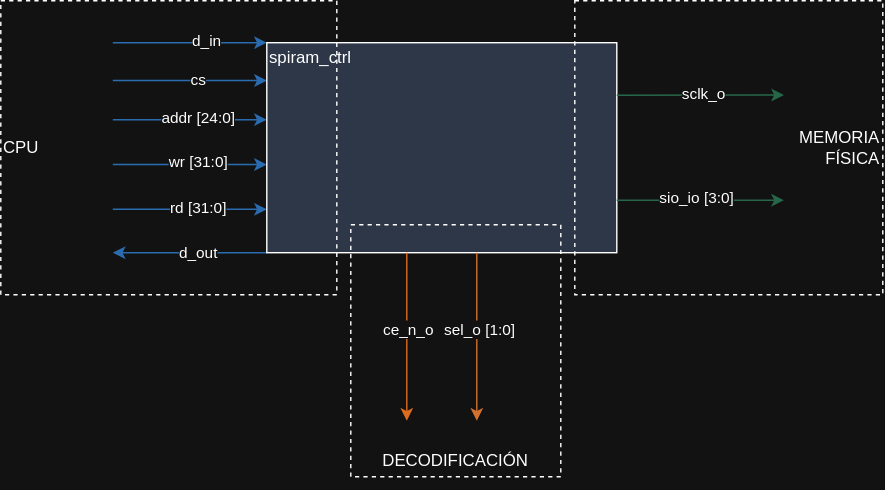
Earlier version of the draw.io export Images/Blackbox.svg (KUBIX2026/SPI_RAM). Source tidied: cells renumbered, new cells last; positions are measured from the earlier drawing's top-left corner, leaving out a move shared by most shapes.
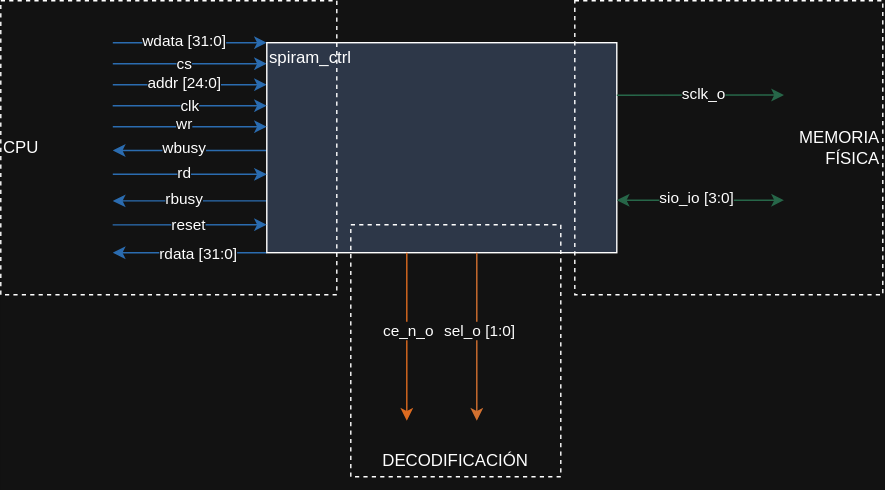
After the commit.

The edit, as a diff of the source:
```diff
@@ -11,53 +11,53 @@
         </Array>
       </mxGeometry>
     </mxCell>
-    <mxCell id="3" value="d_in" style="edgeLabel;html=1;align=center;verticalAlign=middle;inheritText=1;defaultLabelBackgroundColor=page;" parent="2" vertex="1">
+    <mxCell id="3" value="wdata [31:0]" style="edgeLabel;html=1;align=center;verticalAlign=middle;inheritText=1;defaultLabelBackgroundColor=page;" parent="2" vertex="1">
       <mxGeometry x="-0.83" y="-2" relative="1" as="geometry">
-        <mxPoint x="-33" as="offset" />
+        <mxPoint x="-49" as="offset" />
       </mxGeometry>
     </mxCell>
     <mxCell id="4" style="edgeStyle=none;rounded=0;orthogonalLoop=1;jettySize=auto;html=1;exitX=0;exitY=0;exitDx=0;exitDy=0;defaultLabelBackgroundColor=page;strokeColor=light-dark(#2B6CB0,#2B6CB0);endArrow=none;endFill=0;startArrow=classic;startFill=1;" parent="1" edge="1">
       <mxGeometry relative="1" as="geometry">
-        <mxPoint x="190" y="57" as="sourcePoint" />
-        <mxPoint x="80" y="57" as="targetPoint" />
+        <mxPoint x="190" y="45" as="sourcePoint" />
+        <mxPoint x="80" y="45" as="targetPoint" />
       </mxGeometry>
     </mxCell>
     <mxCell id="5" value="cs" style="edgeLabel;html=1;align=center;verticalAlign=middle;inheritText=1;defaultLabelBackgroundColor=page;" parent="4" vertex="1">
       <mxGeometry x="-0.02" y="-1" relative="1" as="geometry">
-        <mxPoint x="4" as="offset" />
+        <mxPoint x="-6" as="offset" />
       </mxGeometry>
     </mxCell>
     <mxCell id="6" style="edgeStyle=none;rounded=0;orthogonalLoop=1;jettySize=auto;html=1;defaultLabelBackgroundColor=page;exitX=0;exitY=0.25;exitDx=0;exitDy=0;strokeColor=light-dark(#2B6CB0,#2B6CB0);startArrow=classic;startFill=1;endArrow=none;endFill=0;" parent="1" edge="1">
       <mxGeometry relative="1" as="geometry">
-        <mxPoint x="190" y="85" as="sourcePoint" />
-        <mxPoint x="80" y="85" as="targetPoint" />
+        <mxPoint x="190" y="60" as="sourcePoint" />
+        <mxPoint x="80" y="60" as="targetPoint" />
       </mxGeometry>
     </mxCell>
     <mxCell id="7" value="addr [24:0]" style="edgeLabel;html=1;align=center;verticalAlign=middle;inheritText=1;defaultLabelBackgroundColor=page;" parent="6" vertex="1">
       <mxGeometry x="0.02" y="-2" relative="1" as="geometry">
-        <mxPoint x="6" as="offset" />
+        <mxPoint x="-4" as="offset" />
       </mxGeometry>
     </mxCell>
-    <mxCell id="8" style="edgeStyle=none;rounded=0;orthogonalLoop=1;jettySize=auto;html=1;exitX=0;exitY=0.5;exitDx=0;exitDy=0;defaultLabelBackgroundColor=page;strokeColor=light-dark(#2B6CB0,#2B6CB0);endArrow=none;endFill=0;startArrow=classic;startFill=1;" parent="1" edge="1">
+    <mxCell id="8" style="edgeStyle=none;rounded=0;orthogonalLoop=1;jettySize=auto;html=1;exitX=0;exitY=0.5;exitDx=0;exitDy=0;defaultLabelBackgroundColor=page;strokeColor=light-dark(#2B6CB0,#2B6CB0);endArrow=classic;endFill=1;startArrow=none;startFill=0;" parent="1" edge="1">
       <mxGeometry relative="1" as="geometry">
-        <mxPoint x="190" y="117" as="sourcePoint" />
-        <mxPoint x="80" y="117" as="targetPoint" />
+        <mxPoint x="190" y="107" as="sourcePoint" />
+        <mxPoint x="80" y="107" as="targetPoint" />
       </mxGeometry>
     </mxCell>
-    <mxCell id="9" value="wr [31:0]" style="edgeLabel;html=1;align=center;verticalAlign=middle;inheritText=1;defaultLabelBackgroundColor=page;" parent="8" vertex="1">
+    <mxCell id="9" value="wbusy" style="edgeLabel;html=1;align=center;verticalAlign=middle;inheritText=1;defaultLabelBackgroundColor=page;" parent="8" vertex="1">
       <mxGeometry y="-3" relative="1" as="geometry">
-        <mxPoint x="5" as="offset" />
+        <mxPoint x="-5" as="offset" />
       </mxGeometry>
     </mxCell>
-    <mxCell id="10" style="edgeStyle=none;rounded=0;orthogonalLoop=1;jettySize=auto;html=1;exitX=0;exitY=0.75;exitDx=0;exitDy=0;defaultLabelBackgroundColor=page;strokeColor=light-dark(#2B6CB0,#2B6CB0);startArrow=classic;startFill=1;endArrow=none;endFill=0;" parent="1" edge="1">
+    <mxCell id="10" style="edgeStyle=none;rounded=0;orthogonalLoop=1;jettySize=auto;html=1;exitX=0;exitY=0.75;exitDx=0;exitDy=0;defaultLabelBackgroundColor=page;strokeColor=light-dark(#2B6CB0,#2B6CB0);startArrow=none;startFill=0;endArrow=classic;endFill=1;" parent="1" edge="1">
       <mxGeometry relative="1" as="geometry">
-        <mxPoint x="190" y="149" as="sourcePoint" />
-        <mxPoint x="80" y="149" as="targetPoint" />
+        <mxPoint x="190" y="143" as="sourcePoint" />
+        <mxPoint x="80" y="143" as="targetPoint" />
       </mxGeometry>
     </mxCell>
-    <mxCell id="11" value="rd [31:0]" style="edgeLabel;html=1;align=center;verticalAlign=middle;inheritText=1;defaultLabelBackgroundColor=page;strokeColor=none;" parent="10" vertex="1">
+    <mxCell id="11" value="rbusy" style="edgeLabel;html=1;align=center;verticalAlign=middle;inheritText=1;defaultLabelBackgroundColor=page;strokeColor=none;" parent="10" vertex="1">
       <mxGeometry x="0.05" y="-2" relative="1" as="geometry">
-        <mxPoint x="8" as="offset" />
+        <mxPoint x="-2" as="offset" />
       </mxGeometry>
     </mxCell>
     <mxCell id="12" style="edgeStyle=none;rounded=0;orthogonalLoop=1;jettySize=auto;html=1;exitX=0;exitY=1;exitDx=0;exitDy=0;defaultLabelBackgroundColor=page;strokeColor=light-dark(#2B6CB0,#2B6CB0);startArrow=none;startFill=0;" parent="1" edge="1">
@@ -69,7 +69,7 @@
         </Array>
       </mxGeometry>
     </mxCell>
-    <mxCell id="13" value="d_out" style="edgeLabel;html=1;align=center;verticalAlign=middle;inheritText=1;defaultLabelBackgroundColor=page;" parent="12" vertex="1">
+    <mxCell id="13" value="rdata [31:0]" style="edgeLabel;html=1;align=center;verticalAlign=middle;inheritText=1;defaultLabelBackgroundColor=page;" parent="12" vertex="1">
       <mxGeometry x="0.53" y="5" relative="1" as="geometry">
         <mxPoint x="34" y="-5" as="offset" />
       </mxGeometry>
@@ -96,7 +96,7 @@
         <mxPoint x="-2" y="-3" as="offset" />
       </mxGeometry>
     </mxCell>
-    <mxCell id="19" style="edgeStyle=none;rounded=0;jettySize=auto;html=1;exitX=1;exitY=0.75;exitDx=0;exitDy=0;entryX=0.679;entryY=0.702;entryDx=0;entryDy=0;entryPerimeter=0;defaultLabelBackgroundColor=page;strokeColor=light-dark(#276749,#276749);" parent="1" edge="1" source="14">
+    <mxCell id="19" style="edgeStyle=none;rounded=0;jettySize=auto;html=1;exitX=1;exitY=0.75;exitDx=0;exitDy=0;entryX=0.679;entryY=0.702;entryDx=0;entryDy=0;entryPerimeter=0;defaultLabelBackgroundColor=page;strokeColor=light-dark(#276749,#276749);startArrow=classic;startFill=1;" parent="1" edge="1" source="14">
       <mxGeometry relative="1" as="geometry">
         <mxPoint x="559.4" y="142.5" as="targetPoint" />
       </mxGeometry>
@@ -115,12 +115,6 @@
         <mxPoint y="-27" as="offset" />
       </mxGeometry>
     </mxCell>
-    <mxCell id="23" value="MEMORIA&lt;div&gt;FÍSICA&lt;/div&gt;" style="rounded=0;whiteSpace=wrap;html=1;dashed=1;fillColor=none;align=right;strokeColor=default;" parent="1" vertex="1">
-      <mxGeometry x="410" width="220" height="210" as="geometry" />
-    </mxCell>
-    <mxCell id="24" value="CPU" style="rounded=0;whiteSpace=wrap;html=1;dashed=1;fillColor=none;align=left;strokeColor=default;" parent="1" vertex="1">
-      <mxGeometry width="240" height="210" as="geometry" />
-    </mxCell>
     <mxCell id="25" value="&lt;div&gt;&lt;br&gt;&lt;/div&gt;&lt;div&gt;&lt;br&gt;&lt;/div&gt;&lt;div&gt;&lt;br&gt;&lt;/div&gt;&lt;div&gt;&lt;br&gt;&lt;/div&gt;&lt;div&gt;&lt;br&gt;&lt;/div&gt;&lt;div&gt;&lt;br&gt;&lt;/div&gt;&lt;div&gt;&lt;br&gt;&lt;/div&gt;&lt;div&gt;&lt;br&gt;&lt;/div&gt;&lt;div&gt;&lt;br&gt;&lt;/div&gt;&lt;div&gt;&lt;br&gt;&lt;/div&gt;&lt;div&gt;&lt;br&gt;&lt;/div&gt;DECODIFICACIÓN" style="rounded=0;whiteSpace=wrap;html=1;dashed=1;fillColor=none;align=center;strokeColor=default;" parent="1" vertex="1">
       <mxGeometry x="250" y="160" width="150" height="180" as="geometry" />
     </mxCell>
@@ -130,5 +124,51 @@
     <mxCell id="27" style="edgeStyle=orthogonalEdgeStyle;rounded=0;orthogonalLoop=1;jettySize=auto;html=1;innerLoopWaypoints=1;exitX=0.5;exitY=1;exitDx=0;exitDy=0;defaultLabelBackgroundColor=page;" parent="1" edge="1" source="25" target="25">
       <mxGeometry relative="1" as="geometry" />
     </mxCell>
+    <mxCell id="23" value="MEMORIA&lt;div&gt;FÍSICA&lt;/div&gt;" style="rounded=0;whiteSpace=wrap;html=1;dashed=1;fillColor=none;align=right;strokeColor=default;" parent="1" vertex="1">
+      <mxGeometry x="410" width="220" height="210" as="geometry" />
+    </mxCell>
+    <mxCell id="28" style="endArrow=none;html=1;rounded=0;defaultLabelBackgroundColor=page;exitX=0;exitY=0.5;exitDx=0;exitDy=0;entryX=0.333;entryY=0.5;entryDx=0;entryDy=0;entryPerimeter=0;startArrow=classic;startFill=1;endFill=0;strokeColor=light-dark(#2B6CB0,#2B6CB0);" parent="1" edge="1">
+      <mxGeometry relative="1" as="geometry">
+        <mxPoint x="190" y="75" as="sourcePoint" />
+        <mxPoint x="79.9" y="75" as="targetPoint" />
+      </mxGeometry>
+    </mxCell>
+    <mxCell id="29" value="clk" style="edgeLabel;html=1;align=center;verticalAlign=middle;inheritText=1;defaultLabelBackgroundColor=page;" parent="28" vertex="1">
+      <mxGeometry x="0.02" y="-1" relative="1" as="geometry" />
+    </mxCell>
+    <mxCell id="30" style="endArrow=none;html=1;rounded=0;defaultLabelBackgroundColor=page;exitX=0;exitY=0.75;exitDx=0;exitDy=0;entryX=0.333;entryY=0.679;entryDx=0;entryDy=0;entryPerimeter=0;endFill=0;startArrow=classic;startFill=1;strokeColor=light-dark(#000000,#2B6CB0);" parent="1" edge="1">
+      <mxGeometry relative="1" as="geometry">
+        <mxPoint x="190" y="160" as="sourcePoint" />
+        <mxPoint x="79.9" y="160.1" as="targetPoint" />
+      </mxGeometry>
+    </mxCell>
+    <mxCell id="31" value="reset" style="edgeLabel;html=1;align=center;verticalAlign=middle;inheritText=1;defaultLabelBackgroundColor=page;" parent="30" vertex="1">
+      <mxGeometry x="0.01" y="-1" relative="1" as="geometry" />
+    </mxCell>
+    <mxCell id="32" style="edgeStyle=none;rounded=0;orthogonalLoop=1;jettySize=auto;html=1;exitX=0;exitY=0.75;exitDx=0;exitDy=0;defaultLabelBackgroundColor=page;strokeColor=light-dark(#2B6CB0,#2B6CB0);startArrow=classic;startFill=1;endArrow=none;endFill=0;" parent="1" edge="1">
+      <mxGeometry relative="1" as="geometry">
+        <mxPoint x="190" y="124" as="sourcePoint" />
+        <mxPoint x="80" y="124" as="targetPoint" />
+      </mxGeometry>
+    </mxCell>
+    <mxCell id="33" value="rd" style="edgeLabel;html=1;align=center;verticalAlign=middle;inheritText=1;defaultLabelBackgroundColor=page;strokeColor=none;" parent="32" vertex="1">
+      <mxGeometry x="0.05" y="-2" relative="1" as="geometry">
+        <mxPoint x="-2" as="offset" />
+      </mxGeometry>
+    </mxCell>
+    <mxCell id="34" style="edgeStyle=none;rounded=0;orthogonalLoop=1;jettySize=auto;html=1;exitX=0;exitY=0.5;exitDx=0;exitDy=0;defaultLabelBackgroundColor=page;strokeColor=light-dark(#2B6CB0,#2B6CB0);endArrow=none;endFill=0;startArrow=classic;startFill=1;" parent="1" edge="1">
+      <mxGeometry relative="1" as="geometry">
+        <mxPoint x="190" y="90" as="sourcePoint" />
+        <mxPoint x="80" y="90" as="targetPoint" />
+      </mxGeometry>
+    </mxCell>
+    <mxCell id="35" value="wr" style="edgeLabel;html=1;align=center;verticalAlign=middle;inheritText=1;defaultLabelBackgroundColor=page;" parent="34" vertex="1">
+      <mxGeometry y="-3" relative="1" as="geometry">
+        <mxPoint x="-5" as="offset" />
+      </mxGeometry>
+    </mxCell>
+    <mxCell id="24" value="CPU" style="rounded=0;whiteSpace=wrap;html=1;dashed=1;fillColor=none;align=left;strokeColor=default;" parent="1" vertex="1">
+      <mxGeometry width="240" height="210" as="geometry" />
+    </mxCell>
   </root>
 </mxGraphModel>
```
